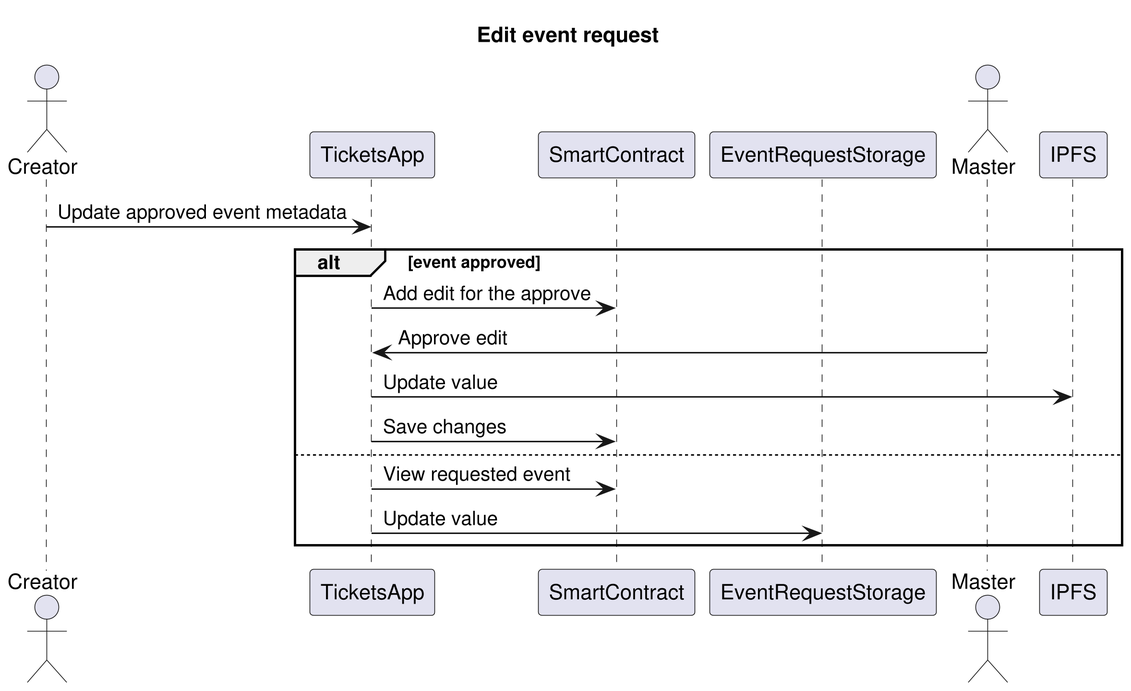
Before: img/edit-event-request.png, a diagram exported from PlantUML (ai-shift/cyber-valley-tickets).
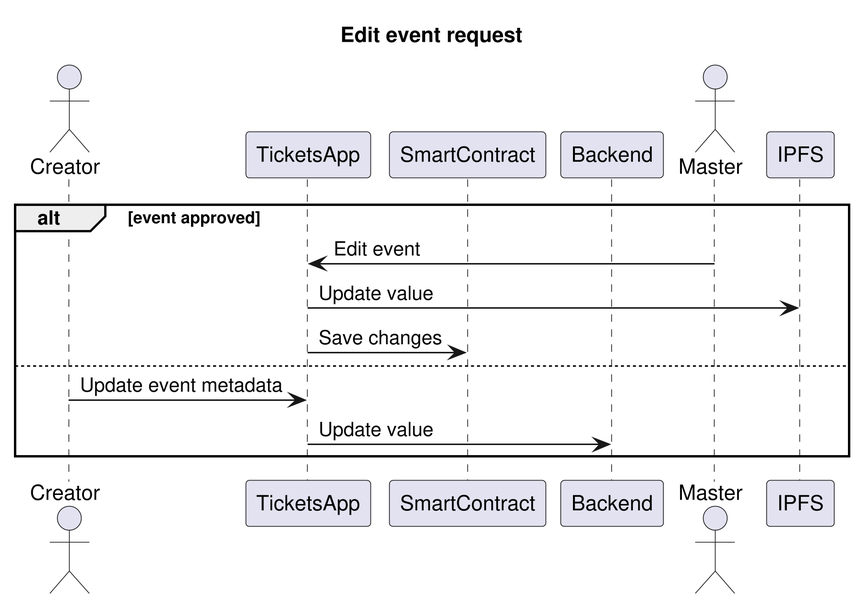
Later version of the same file.

Change to the diagram source:
```diff
@@ -5,17 +5,15 @@
 actor Creator
 participant TicketsApp
 participant SmartContract
-participant EventRequestStorage
+participant Backend
 actor Master
 
-Creator -> TicketsApp: Update approved event metadata
 alt event approved
-  TicketsApp -> SmartContract: Add edit for the approve
-  Master -> TicketsApp: Approve edit
+  Master -> TicketsApp: Edit event
   TicketsApp -> IPFS: Update value
   TicketsApp -> SmartContract: Save changes
 else
-  TicketsApp -> SmartContract: View requested event
-  TicketsApp -> EventRequestStorage: Update value
+  Creator -> TicketsApp: Update event metadata
+  TicketsApp -> Backend: Update value
 end
 @enduml
```
